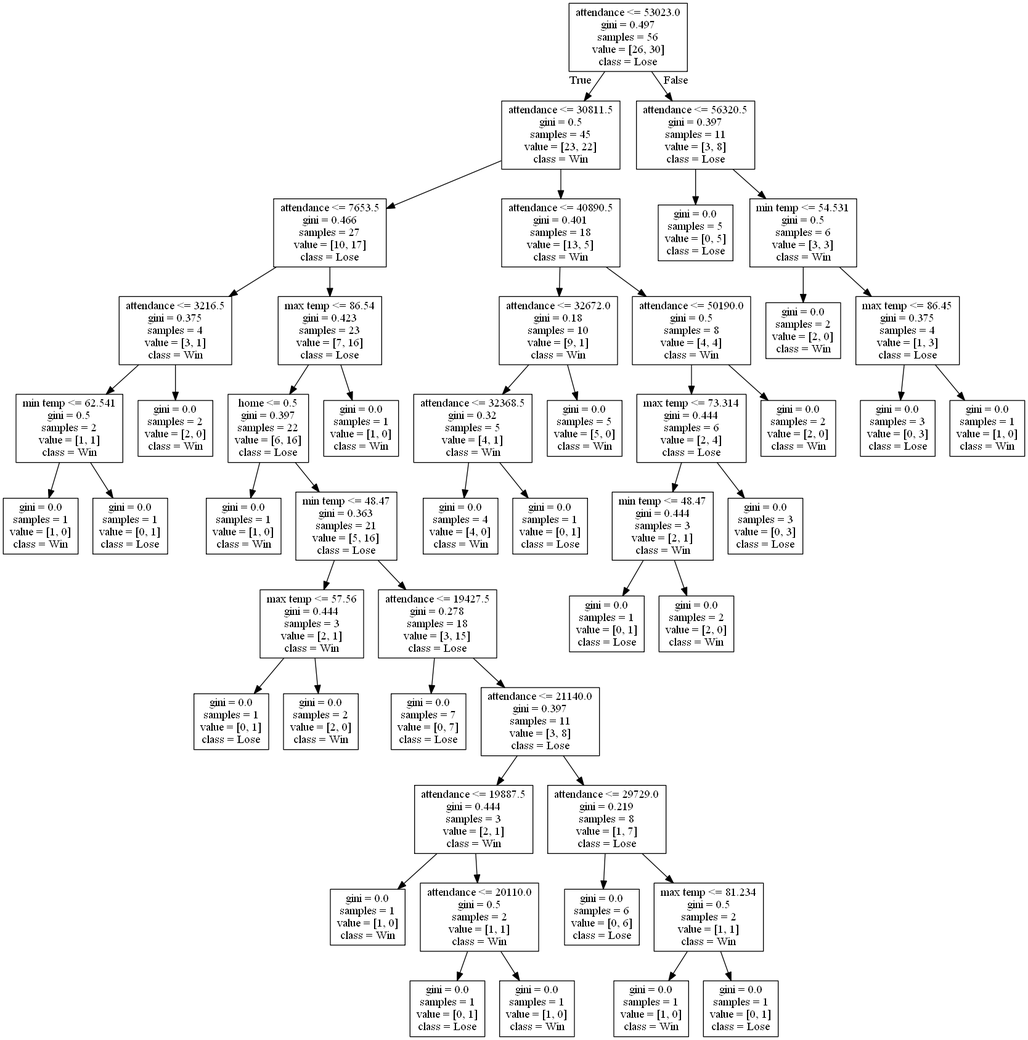
The Graphviz diagram DecisionTrees/decision_tree_no_score16.png in alexana-steck/CSE482Project, before a commit. Its source is kept beside it as DecisionTrees/decision_tree_no_score16.dot. The source it was exported from:
```dot
digraph Tree {
node [shape=box] ;
0 [label="attendance <= 53023.0\ngini = 0.497\nsamples = 56\nvalue = [26, 30]\nclass = Lose"] ;
1 [label="attendance <= 30811.5\ngini = 0.5\nsamples = 45\nvalue = [23, 22]\nclass = Win"] ;
0 -> 1 [labeldistance=2.5, labelangle=45, headlabel="True"] ;
2 [label="attendance <= 7653.5\ngini = 0.466\nsamples = 27\nvalue = [10, 17]\nclass = Lose"] ;
1 -> 2 ;
3 [label="attendance <= 3216.5\ngini = 0.375\nsamples = 4\nvalue = [3, 1]\nclass = Win"] ;
2 -> 3 ;
4 [label="min temp <= 62.541\ngini = 0.5\nsamples = 2\nvalue = [1, 1]\nclass = Win"] ;
3 -> 4 ;
5 [label="gini = 0.0\nsamples = 1\nvalue = [1, 0]\nclass = Win"] ;
4 -> 5 ;
6 [label="gini = 0.0\nsamples = 1\nvalue = [0, 1]\nclass = Lose"] ;
4 -> 6 ;
7 [label="gini = 0.0\nsamples = 2\nvalue = [2, 0]\nclass = Win"] ;
3 -> 7 ;
8 [label="max temp <= 86.54\ngini = 0.423\nsamples = 23\nvalue = [7, 16]\nclass = Lose"] ;
2 -> 8 ;
9 [label="home <= 0.5\ngini = 0.397\nsamples = 22\nvalue = [6, 16]\nclass = Lose"] ;
8 -> 9 ;
10 [label="gini = 0.0\nsamples = 1\nvalue = [1, 0]\nclass = Win"] ;
9 -> 10 ;
11 [label="min temp <= 48.47\ngini = 0.363\nsamples = 21\nvalue = [5, 16]\nclass = Lose"] ;
9 -> 11 ;
12 [label="max temp <= 57.56\ngini = 0.444\nsamples = 3\nvalue = [2, 1]\nclass = Win"] ;
11 -> 12 ;
13 [label="gini = 0.0\nsamples = 1\nvalue = [0, 1]\nclass = Lose"] ;
12 -> 13 ;
14 [label="gini = 0.0\nsamples = 2\nvalue = [2, 0]\nclass = Win"] ;
12 -> 14 ;
15 [label="attendance <= 19427.5\ngini = 0.278\nsamples = 18\nvalue = [3, 15]\nclass = Lose"] ;
11 -> 15 ;
16 [label="gini = 0.0\nsamples = 7\nvalue = [0, 7]\nclass = Lose"] ;
15 -> 16 ;
17 [label="attendance <= 21140.0\ngini = 0.397\nsamples = 11\nvalue = [3, 8]\nclass = Lose"] ;
15 -> 17 ;
18 [label="attendance <= 19887.5\ngini = 0.444\nsamples = 3\nvalue = [2, 1]\nclass = Win"] ;
17 -> 18 ;
19 [label="gini = 0.0\nsamples = 1\nvalue = [1, 0]\nclass = Win"] ;
18 -> 19 ;
20 [label="attendance <= 20110.0\ngini = 0.5\nsamples = 2\nvalue = [1, 1]\nclass = Win"] ;
18 -> 20 ;
21 [label="gini = 0.0\nsamples = 1\nvalue = [0, 1]\nclass = Lose"] ;
20 -> 21 ;
22 [label="gini = 0.0\nsamples = 1\nvalue = [1, 0]\nclass = Win"] ;
20 -> 22 ;
23 [label="attendance <= 29729.0\ngini = 0.219\nsamples = 8\nvalue = [1, 7]\nclass = Lose"] ;
17 -> 23 ;
24 [label="gini = 0.0\nsamples = 6\nvalue = [0, 6]\nclass = Lose"] ;
23 -> 24 ;
25 [label="max temp <= 81.234\ngini = 0.5\nsamples = 2\nvalue = [1, 1]\nclass = Win"] ;
23 -> 25 ;
26 [label="gini = 0.0\nsamples = 1\nvalue = [1, 0]\nclass = Win"] ;
25 -> 26 ;
27 [label="gini = 0.0\nsamples = 1\nvalue = [0, 1]\nclass = Lose"] ;
25 -> 27 ;
28 [label="gini = 0.0\nsamples = 1\nvalue = [1, 0]\nclass = Win"] ;
8 -> 28 ;
29 [label="attendance <= 40890.5\ngini = 0.401\nsamples = 18\nvalue = [13, 5]\nclass = Win"] ;
1 -> 29 ;
30 [label="attendance <= 32672.0\ngini = 0.18\nsamples = 10\nvalue = [9, 1]\nclass = Win"] ;
29 -> 30 ;
31 [label="attendance <= 32368.5\ngini = 0.32\nsamples = 5\nvalue = [4, 1]\nclass = Win"] ;
30 -> 31 ;
32 [label="gini = 0.0\nsamples = 4\nvalue = [4, 0]\nclass = Win"] ;
31 -> 32 ;
33 [label="gini = 0.0\nsamples = 1\nvalue = [0, 1]\nclass = Lose"] ;
31 -> 33 ;
34 [label="gini = 0.0\nsamples = 5\nvalue = [5, 0]\nclass = Win"] ;
30 -> 34 ;
35 [label="attendance <= 50190.0\ngini = 0.5\nsamples = 8\nvalue = [4, 4]\nclass = Win"] ;
29 -> 35 ;
36 [label="max temp <= 73.314\ngini = 0.444\nsamples = 6\nvalue = [2, 4]\nclass = Lose"] ;
35 -> 36 ;
37 [label="min temp <= 48.47\ngini = 0.444\nsamples = 3\nvalue = [2, 1]\nclass = Win"] ;
36 -> 37 ;
38 [label="gini = 0.0\nsamples = 1\nvalue = [0, 1]\nclass = Lose"] ;
37 -> 38 ;
39 [label="gini = 0.0\nsamples = 2\nvalue = [2, 0]\nclass = Win"] ;
37 -> 39 ;
40 [label="gini = 0.0\nsamples = 3\nvalue = [0, 3]\nclass = Lose"] ;
36 -> 40 ;
41 [label="gini = 0.0\nsamples = 2\nvalue = [2, 0]\nclass = Win"] ;
35 -> 41 ;
42 [label="attendance <= 56320.5\ngini = 0.397\nsamples = 11\nvalue = [3, 8]\nclass = Lose"] ;
0 -> 42 [labeldistance=2.5, labelangle=-45, headlabel="False"] ;
43 [label="gini = 0.0\nsamples = 5\nvalue = [0, 5]\nclass = Lose"] ;
42 -> 43 ;
44 [label="min temp <= 54.531\ngini = 0.5\nsamples = 6\nvalue = [3, 3]\nclass = Win"] ;
42 -> 44 ;
45 [label="gini = 0.0\nsamples = 2\nvalue = [2, 0]\nclass = Win"] ;
44 -> 45 ;
46 [label="max temp <= 86.45\ngini = 0.375\nsamples = 4\nvalue = [1, 3]\nclass = Lose"] ;
44 -> 46 ;
47 [label="gini = 0.0\nsamples = 3\nvalue = [0, 3]\nclass = Lose"] ;
46 -> 47 ;
48 [label="gini = 0.0\nsamples = 1\nvalue = [1, 0]\nclass = Win"] ;
46 -> 48 ;
}
```
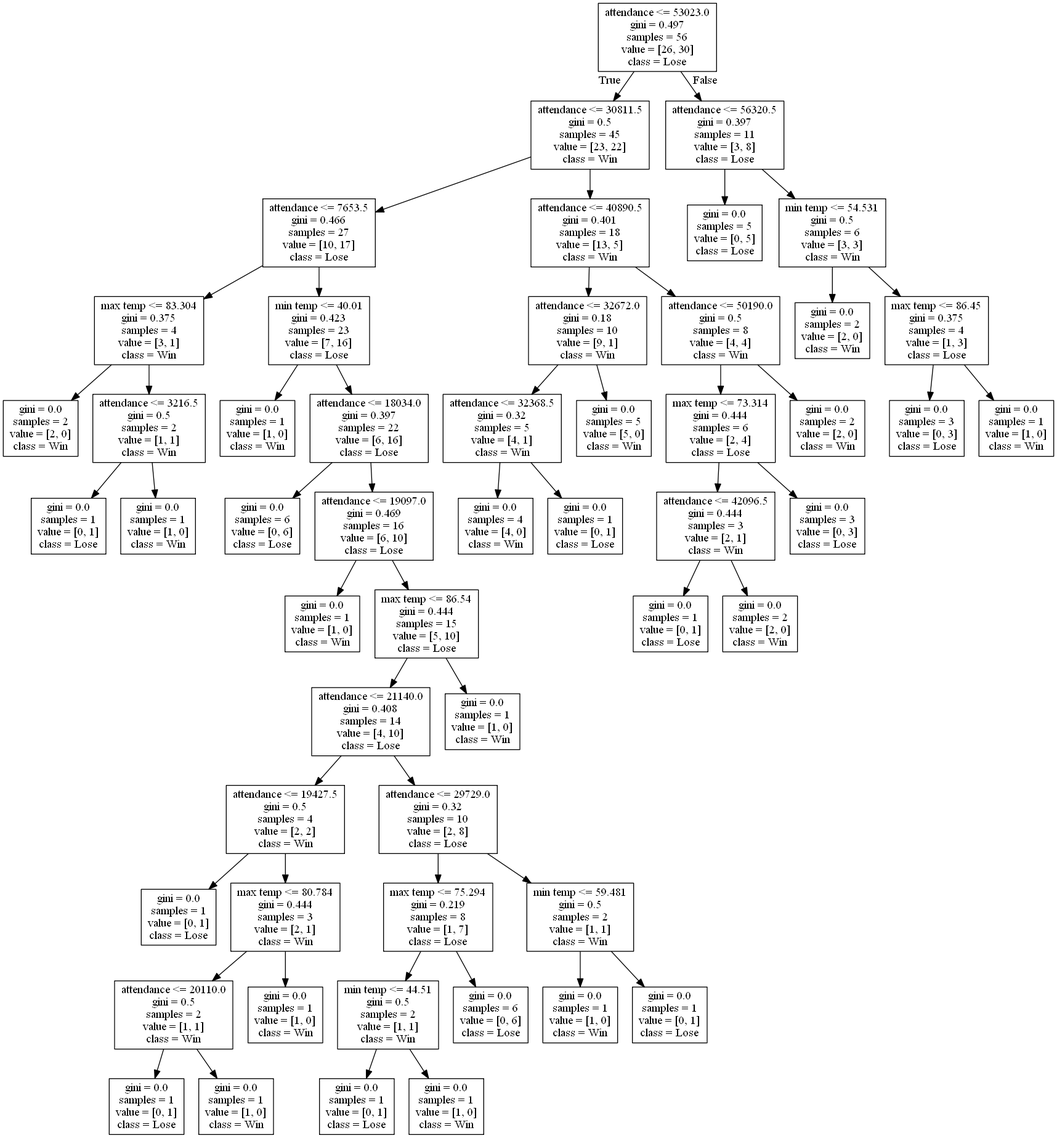
After the change.

What changed in the source:
```diff
@@ -5,96 +5,104 @@
 0 -> 1 [labeldistance=2.5, labelangle=45, headlabel="True"] ;
 2 [label="attendance <= 7653.5\ngini = 0.466\nsamples = 27\nvalue = [10, 17]\nclass = Lose"] ;
 1 -> 2 ;
-3 [label="attendance <= 3216.5\ngini = 0.375\nsamples = 4\nvalue = [3, 1]\nclass = Win"] ;
+3 [label="max temp <= 83.304\ngini = 0.375\nsamples = 4\nvalue = [3, 1]\nclass = Win"] ;
 2 -> 3 ;
-4 [label="min temp <= 62.541\ngini = 0.5\nsamples = 2\nvalue = [1, 1]\nclass = Win"] ;
+4 [label="gini = 0.0\nsamples = 2\nvalue = [2, 0]\nclass = Win"] ;
 3 -> 4 ;
-5 [label="gini = 0.0\nsamples = 1\nvalue = [1, 0]\nclass = Win"] ;
-4 -> 5 ;
+5 [label="attendance <= 3216.5\ngini = 0.5\nsamples = 2\nvalue = [1, 1]\nclass = Win"] ;
+3 -> 5 ;
 6 [label="gini = 0.0\nsamples = 1\nvalue = [0, 1]\nclass = Lose"] ;
-4 -> 6 ;
-7 [label="gini = 0.0\nsamples = 2\nvalue = [2, 0]\nclass = Win"] ;
-3 -> 7 ;
-8 [label="max temp <= 86.54\ngini = 0.423\nsamples = 23\nvalue = [7, 16]\nclass = Lose"] ;
+5 -> 6 ;
+7 [label="gini = 0.0\nsamples = 1\nvalue = [1, 0]\nclass = Win"] ;
+5 -> 7 ;
+8 [label="min temp <= 40.01\ngini = 0.423\nsamples = 23\nvalue = [7, 16]\nclass = Lose"] ;
 2 -> 8 ;
-9 [label="home <= 0.5\ngini = 0.397\nsamples = 22\nvalue = [6, 16]\nclass = Lose"] ;
+9 [label="gini = 0.0\nsamples = 1\nvalue = [1, 0]\nclass = Win"] ;
 8 -> 9 ;
-10 [label="gini = 0.0\nsamples = 1\nvalue = [1, 0]\nclass = Win"] ;
-9 -> 10 ;
-11 [label="min temp <= 48.47\ngini = 0.363\nsamples = 21\nvalue = [5, 16]\nclass = Lose"] ;
-9 -> 11 ;
-12 [label="max temp <= 57.56\ngini = 0.444\nsamples = 3\nvalue = [2, 1]\nclass = Win"] ;
-11 -> 12 ;
-13 [label="gini = 0.0\nsamples = 1\nvalue = [0, 1]\nclass = Lose"] ;
+10 [label="attendance <= 18034.0\ngini = 0.397\nsamples = 22\nvalue = [6, 16]\nclass = Lose"] ;
+8 -> 10 ;
+11 [label="gini = 0.0\nsamples = 6\nvalue = [0, 6]\nclass = Lose"] ;
+10 -> 11 ;
+12 [label="attendance <= 19097.0\ngini = 0.469\nsamples = 16\nvalue = [6, 10]\nclass = Lose"] ;
+10 -> 12 ;
+13 [label="gini = 0.0\nsamples = 1\nvalue = [1, 0]\nclass = Win"] ;
 12 -> 13 ;
-14 [label="gini = 0.0\nsamples = 2\nvalue = [2, 0]\nclass = Win"] ;
+14 [label="max temp <= 86.54\ngini = 0.444\nsamples = 15\nvalue = [5, 10]\nclass = Lose"] ;
 12 -> 14 ;
-15 [label="attendance <= 19427.5\ngini = 0.278\nsamples = 18\nvalue = [3, 15]\nclass = Lose"] ;
-11 -> 15 ;
-16 [label="gini = 0.0\nsamples = 7\nvalue = [0, 7]\nclass = Lose"] ;
+15 [label="attendance <= 21140.0\ngini = 0.408\nsamples = 14\nvalue = [4, 10]\nclass = Lose"] ;
+14 -> 15 ;
+16 [label="attendance <= 19427.5\ngini = 0.5\nsamples = 4\nvalue = [2, 2]\nclass = Win"] ;
 15 -> 16 ;
-17 [label="attendance <= 21140.0\ngini = 0.397\nsamples = 11\nvalue = [3, 8]\nclass = Lose"] ;
-15 -> 17 ;
-18 [label="attendance <= 19887.5\ngini = 0.444\nsamples = 3\nvalue = [2, 1]\nclass = Win"] ;
-17 -> 18 ;
-19 [label="gini = 0.0\nsamples = 1\nvalue = [1, 0]\nclass = Win"] ;
+17 [label="gini = 0.0\nsamples = 1\nvalue = [0, 1]\nclass = Lose"] ;
+16 -> 17 ;
+18 [label="max temp <= 80.784\ngini = 0.444\nsamples = 3\nvalue = [2, 1]\nclass = Win"] ;
+16 -> 18 ;
+19 [label="attendance <= 20110.0\ngini = 0.5\nsamples = 2\nvalue = [1, 1]\nclass = Win"] ;
 18 -> 19 ;
-20 [label="attendance <= 20110.0\ngini = 0.5\nsamples = 2\nvalue = [1, 1]\nclass = Win"] ;
-18 -> 20 ;
-21 [label="gini = 0.0\nsamples = 1\nvalue = [0, 1]\nclass = Lose"] ;
-20 -> 21 ;
+20 [label="gini = 0.0\nsamples = 1\nvalue = [0, 1]\nclass = Lose"] ;
+19 -> 20 ;
+21 [label="gini = 0.0\nsamples = 1\nvalue = [1, 0]\nclass = Win"] ;
+19 -> 21 ;
 22 [label="gini = 0.0\nsamples = 1\nvalue = [1, 0]\nclass = Win"] ;
-20 -> 22 ;
-23 [label="attendance <= 29729.0\ngini = 0.219\nsamples = 8\nvalue = [1, 7]\nclass = Lose"] ;
-17 -> 23 ;
-24 [label="gini = 0.0\nsamples = 6\nvalue = [0, 6]\nclass = Lose"] ;
+18 -> 22 ;
+23 [label="attendance <= 29729.0\ngini = 0.32\nsamples = 10\nvalue = [2, 8]\nclass = Lose"] ;
+15 -> 23 ;
+24 [label="max temp <= 75.294\ngini = 0.219\nsamples = 8\nvalue = [1, 7]\nclass = Lose"] ;
 23 -> 24 ;
-25 [label="max temp <= 81.234\ngini = 0.5\nsamples = 2\nvalue = [1, 1]\nclass = Win"] ;
-23 -> 25 ;
-26 [label="gini = 0.0\nsamples = 1\nvalue = [1, 0]\nclass = Win"] ;
+25 [label="min temp <= 44.51\ngini = 0.5\nsamples = 2\nvalue = [1, 1]\nclass = Win"] ;
+24 -> 25 ;
+26 [label="gini = 0.0\nsamples = 1\nvalue = [0, 1]\nclass = Lose"] ;
 25 -> 26 ;
-27 [label="gini = 0.0\nsamples = 1\nvalue = [0, 1]\nclass = Lose"] ;
+27 [label="gini = 0.0\nsamples = 1\nvalue = [1, 0]\nclass = Win"] ;
 25 -> 27 ;
-28 [label="gini = 0.0\nsamples = 1\nvalue = [1, 0]\nclass = Win"] ;
-8 -> 28 ;
-29 [label="attendance <= 40890.5\ngini = 0.401\nsamples = 18\nvalue = [13, 5]\nclass = Win"] ;
-1 -> 29 ;
-30 [label="attendance <= 32672.0\ngini = 0.18\nsamples = 10\nvalue = [9, 1]\nclass = Win"] ;
+28 [label="gini = 0.0\nsamples = 6\nvalue = [0, 6]\nclass = Lose"] ;
+24 -> 28 ;
+29 [label="min temp <= 59.481\ngini = 0.5\nsamples = 2\nvalue = [1, 1]\nclass = Win"] ;
+23 -> 29 ;
+30 [label="gini = 0.0\nsamples = 1\nvalue = [1, 0]\nclass = Win"] ;
 29 -> 30 ;
-31 [label="attendance <= 32368.5\ngini = 0.32\nsamples = 5\nvalue = [4, 1]\nclass = Win"] ;
-30 -> 31 ;
-32 [label="gini = 0.0\nsamples = 4\nvalue = [4, 0]\nclass = Win"] ;
-31 -> 32 ;
-33 [label="gini = 0.0\nsamples = 1\nvalue = [0, 1]\nclass = Lose"] ;
-31 -> 33 ;
-34 [label="gini = 0.0\nsamples = 5\nvalue = [5, 0]\nclass = Win"] ;
-30 -> 34 ;
-35 [label="attendance <= 50190.0\ngini = 0.5\nsamples = 8\nvalue = [4, 4]\nclass = Win"] ;
-29 -> 35 ;
-36 [label="max temp <= 73.314\ngini = 0.444\nsamples = 6\nvalue = [2, 4]\nclass = Lose"] ;
+31 [label="gini = 0.0\nsamples = 1\nvalue = [0, 1]\nclass = Lose"] ;
+29 -> 31 ;
+32 [label="gini = 0.0\nsamples = 1\nvalue = [1, 0]\nclass = Win"] ;
+14 -> 32 ;
+33 [label="attendance <= 40890.5\ngini = 0.401\nsamples = 18\nvalue = [13, 5]\nclass = Win"] ;
+1 -> 33 ;
+34 [label="attendance <= 32672.0\ngini = 0.18\nsamples = 10\nvalue = [9, 1]\nclass = Win"] ;
+33 -> 34 ;
+35 [label="attendance <= 32368.5\ngini = 0.32\nsamples = 5\nvalue = [4, 1]\nclass = Win"] ;
+34 -> 35 ;
+36 [label="gini = 0.0\nsamples = 4\nvalue = [4, 0]\nclass = Win"] ;
 35 -> 36 ;
-37 [label="min temp <= 48.47\ngini = 0.444\nsamples = 3\nvalue = [2, 1]\nclass = Win"] ;
-36 -> 37 ;
-38 [label="gini = 0.0\nsamples = 1\nvalue = [0, 1]\nclass = Lose"] ;
-37 -> 38 ;
-39 [label="gini = 0.0\nsamples = 2\nvalue = [2, 0]\nclass = Win"] ;
-37 -> 39 ;
-40 [label="gini = 0.0\nsamples = 3\nvalue = [0, 3]\nclass = Lose"] ;
-36 -> 40 ;
-41 [label="gini = 0.0\nsamples = 2\nvalue = [2, 0]\nclass = Win"] ;
-35 -> 41 ;
-42 [label="attendance <= 56320.5\ngini = 0.397\nsamples = 11\nvalue = [3, 8]\nclass = Lose"] ;
-0 -> 42 [labeldistance=2.5, labelangle=-45, headlabel="False"] ;
-43 [label="gini = 0.0\nsamples = 5\nvalue = [0, 5]\nclass = Lose"] ;
-42 -> 43 ;
-44 [label="min temp <= 54.531\ngini = 0.5\nsamples = 6\nvalue = [3, 3]\nclass = Win"] ;
-42 -> 44 ;
+37 [label="gini = 0.0\nsamples = 1\nvalue = [0, 1]\nclass = Lose"] ;
+35 -> 37 ;
+38 [label="gini = 0.0\nsamples = 5\nvalue = [5, 0]\nclass = Win"] ;
+34 -> 38 ;
+39 [label="attendance <= 50190.0\ngini = 0.5\nsamples = 8\nvalue = [4, 4]\nclass = Win"] ;
+33 -> 39 ;
+40 [label="max temp <= 73.314\ngini = 0.444\nsamples = 6\nvalue = [2, 4]\nclass = Lose"] ;
+39 -> 40 ;
+41 [label="attendance <= 42096.5\ngini = 0.444\nsamples = 3\nvalue = [2, 1]\nclass = Win"] ;
+40 -> 41 ;
+42 [label="gini = 0.0\nsamples = 1\nvalue = [0, 1]\nclass = Lose"] ;
+41 -> 42 ;
+43 [label="gini = 0.0\nsamples = 2\nvalue = [2, 0]\nclass = Win"] ;
+41 -> 43 ;
+44 [label="gini = 0.0\nsamples = 3\nvalue = [0, 3]\nclass = Lose"] ;
+40 -> 44 ;
 45 [label="gini = 0.0\nsamples = 2\nvalue = [2, 0]\nclass = Win"] ;
-44 -> 45 ;
-46 [label="max temp <= 86.45\ngini = 0.375\nsamples = 4\nvalue = [1, 3]\nclass = Lose"] ;
-44 -> 46 ;
-47 [label="gini = 0.0\nsamples = 3\nvalue = [0, 3]\nclass = Lose"] ;
+39 -> 45 ;
+46 [label="attendance <= 56320.5\ngini = 0.397\nsamples = 11\nvalue = [3, 8]\nclass = Lose"] ;
+0 -> 46 [labeldistance=2.5, labelangle=-45, headlabel="False"] ;
+47 [label="gini = 0.0\nsamples = 5\nvalue = [0, 5]\nclass = Lose"] ;
 46 -> 47 ;
-48 [label="gini = 0.0\nsamples = 1\nvalue = [1, 0]\nclass = Win"] ;
+48 [label="min temp <= 54.531\ngini = 0.5\nsamples = 6\nvalue = [3, 3]\nclass = Win"] ;
 46 -> 48 ;
+49 [label="gini = 0.0\nsamples = 2\nvalue = [2, 0]\nclass = Win"] ;
+48 -> 49 ;
+50 [label="max temp <= 86.45\ngini = 0.375\nsamples = 4\nvalue = [1, 3]\nclass = Lose"] ;
+48 -> 50 ;
+51 [label="gini = 0.0\nsamples = 3\nvalue = [0, 3]\nclass = Lose"] ;
+50 -> 51 ;
+52 [label="gini = 0.0\nsamples = 1\nvalue = [1, 0]\nclass = Win"] ;
+50 -> 52 ;
 }
```
